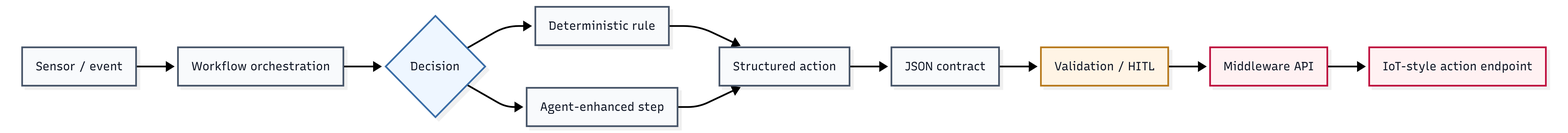
This is thesis/MiunThesisTemplate-master/MiunThesisTemplate-master/Figures/theory-background-flow.png from Rumple12/new-yacoub-thesis, a Mermaid export, as it was before one commit. Its source is kept beside it as docs/architecture/theory-background-flow.mmd.
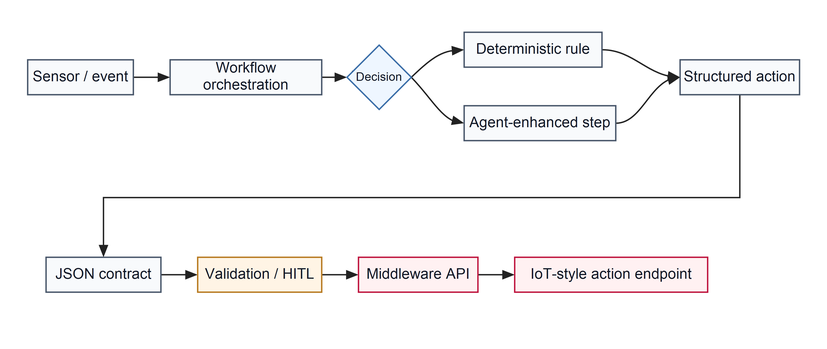
After the commit.

What changed in the source:
```diff
@@ -1,19 +1,26 @@
-flowchart LR
-  A["Sensor / event"] --> B["Workflow orchestration"]
-  B --> C{"Decision"}
-  C --> D["Deterministic rule"]
-  C --> E["Agent-enhanced step"]
-  D --> F["Structured action"]
-  E --> F
-  F --> G["JSON contract"]
-  G --> H["Validation / HITL"]
-  H --> I["Middleware API"]
-  I --> J["IoT-style action endpoint"]
+flowchart TB
+  subgraph TOP[" "]
+    direction LR
+    A["Sensor / event"] --> B["Workflow orchestration"] --> C{"Decision"}
+    C --> D["Deterministic rule"]
+    C --> E["Agent-enhanced step"]
+    D --> F["Structured action"]
+    E --> F
+  end
+
+  subgraph BOTTOM[" "]
+    direction LR
+    G["JSON contract"] --> H["Validation / HITL"] --> I["Middleware API"] --> J["IoT-style action endpoint"]
+  end
+
+  TOP --> BOTTOM
 
   classDef node fill:#f8fafc,stroke:#475569,color:#111827;
   classDef decision fill:#eef6ff,stroke:#3b6ea8,color:#111827;
   classDef boundary fill:#fff4e5,stroke:#b7791f,color:#111827;
   classDef action fill:#fff1f2,stroke:#be123c,color:#111827;
+  style TOP fill:transparent,stroke:transparent;
+  style BOTTOM fill:transparent,stroke:transparent;
 
   class A,B,D,E,F,G node;
   class C decision;
```
